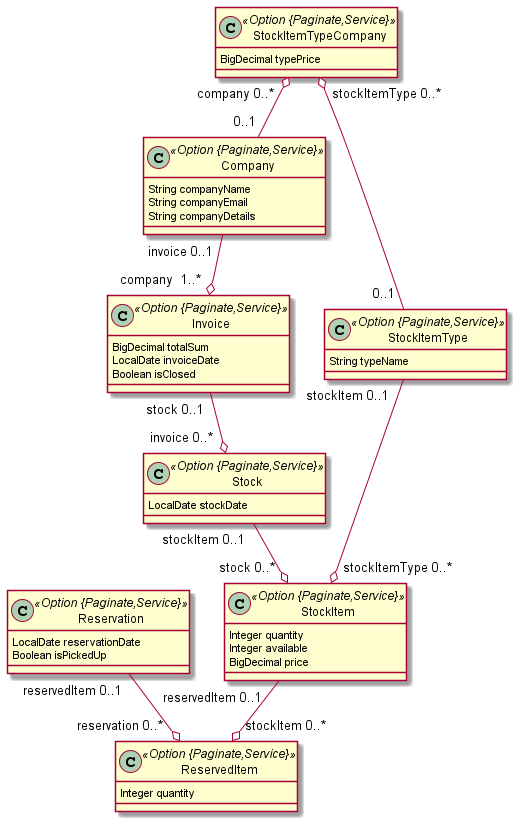
Earlier version of the PlantUML export jdl/jhipster-jdlv4.png (softalaRyhma2/SR2).
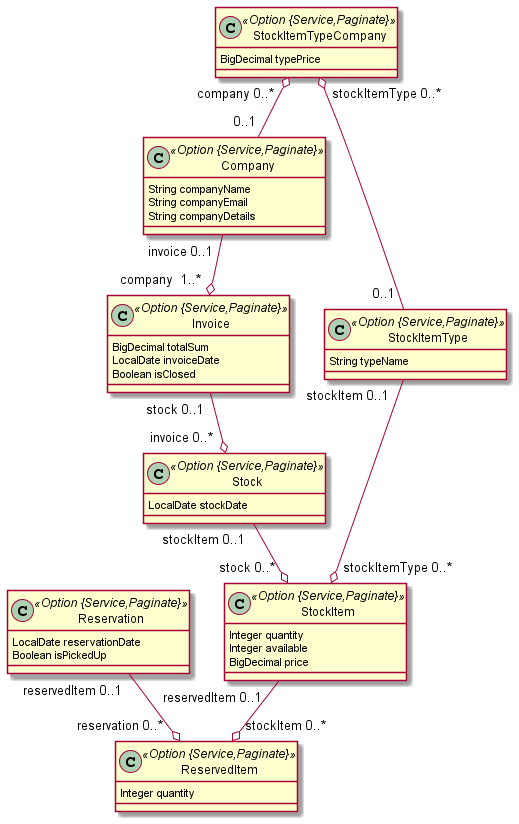
After the commit.

Change to the diagram source:
```diff
@@ -1,34 +1,34 @@
 @startuml
 	!pragma syntax class
-	class Company <<Option {Paginate,Service}>> {
+	class Company <<Option {Service,Paginate}>> {
 		String companyName
 		String companyEmail
 		String companyDetails
 	}
-	class Invoice <<Option {Paginate,Service}>> {
+	class Invoice <<Option {Service,Paginate}>> {
 		BigDecimal totalSum
 		LocalDate invoiceDate
 		Boolean isClosed
 	}
-	class Stock <<Option {Paginate,Service}>> {
+	class Stock <<Option {Service,Paginate}>> {
 		LocalDate stockDate
 	}
-	class StockItem <<Option {Paginate,Service}>> {
+	class StockItem <<Option {Service,Paginate}>> {
 		Integer quantity
 		Integer available
 		BigDecimal price
 	}
-	class StockItemType <<Option {Paginate,Service}>> {
+	class StockItemType <<Option {Service,Paginate}>> {
 		String typeName
 	}
-	class StockItemTypeCompany <<Option {Paginate,Service}>> {
+	class StockItemTypeCompany <<Option {Service,Paginate}>> {
 		BigDecimal typePrice
 	}
-	class Reservation <<Option {Paginate,Service}>> {
+	class Reservation <<Option {Service,Paginate}>> {
 		LocalDate reservationDate
 		Boolean isPickedUp
 	}
-	class ReservedItem <<Option {Paginate,Service}>> {
+	class ReservedItem <<Option {Service,Paginate}>> {
 		Integer quantity
 	}
 	Company  "invoice 0..1 " --o "company  1..* "  Invoice
```
